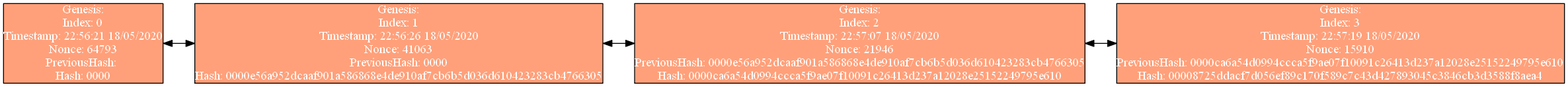
This is Blockchain.png from juanpaestrada20/EDD_PY2_201800709, a Graphviz export, as it was before one commit. Its source is kept beside it as Blockchain.dot.
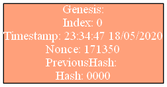
After the commit.

The edit, as a diff of the source:
```diff
@@ -1,11 +1,5 @@
 digraph g{
 rankdir=LR;
 node [margin=0 shape=box fillcolor=lightsalmon fontcolor=white style=filled];
-0[label="Genesis:\nIndex: 0\nTimestamp: 22:56:21 18/05/2020\nNonce: 64793\nPreviousHash: \nHash: 0000"];
-1[label="Genesis:\nIndex: 1\nTimestamp: 22:56:26 18/05/2020\nNonce: 41063\nPreviousHash: 0000\nHash: 0000e56a952dcaaf901a586868e4de910af7cb6b5d036d610423283cb4766305"];
-2[label="Genesis:\nIndex: 2\nTimestamp: 22:57:07 18/05/2020\nNonce: 21946\nPreviousHash: 0000e56a952dcaaf901a586868e4de910af7cb6b5d036d610423283cb4766305\nHash: 0000ca6a54d0994ccca5f9ae07f10091c26413d237a12028e25152249795e610"];
-3[label="Genesis:\nIndex: 3\nTimestamp: 22:57:19 18/05/2020\nNonce: 15910\nPreviousHash: 0000ca6a54d0994ccca5f9ae07f10091c26413d237a12028e25152249795e610\nHash: 00008725ddacf7d056ef89c170f589c7c43d427893045c3846cb3d3588f8aea4"];
-0->1[dir=both];
-1->2[dir=both];
-2->3[dir=both];
+0[label="Genesis:\nIndex: 0\nTimestamp: 23:34:47 18/05/2020\nNonce: 171350\nPreviousHash: \nHash: 0000"];
 }
```
